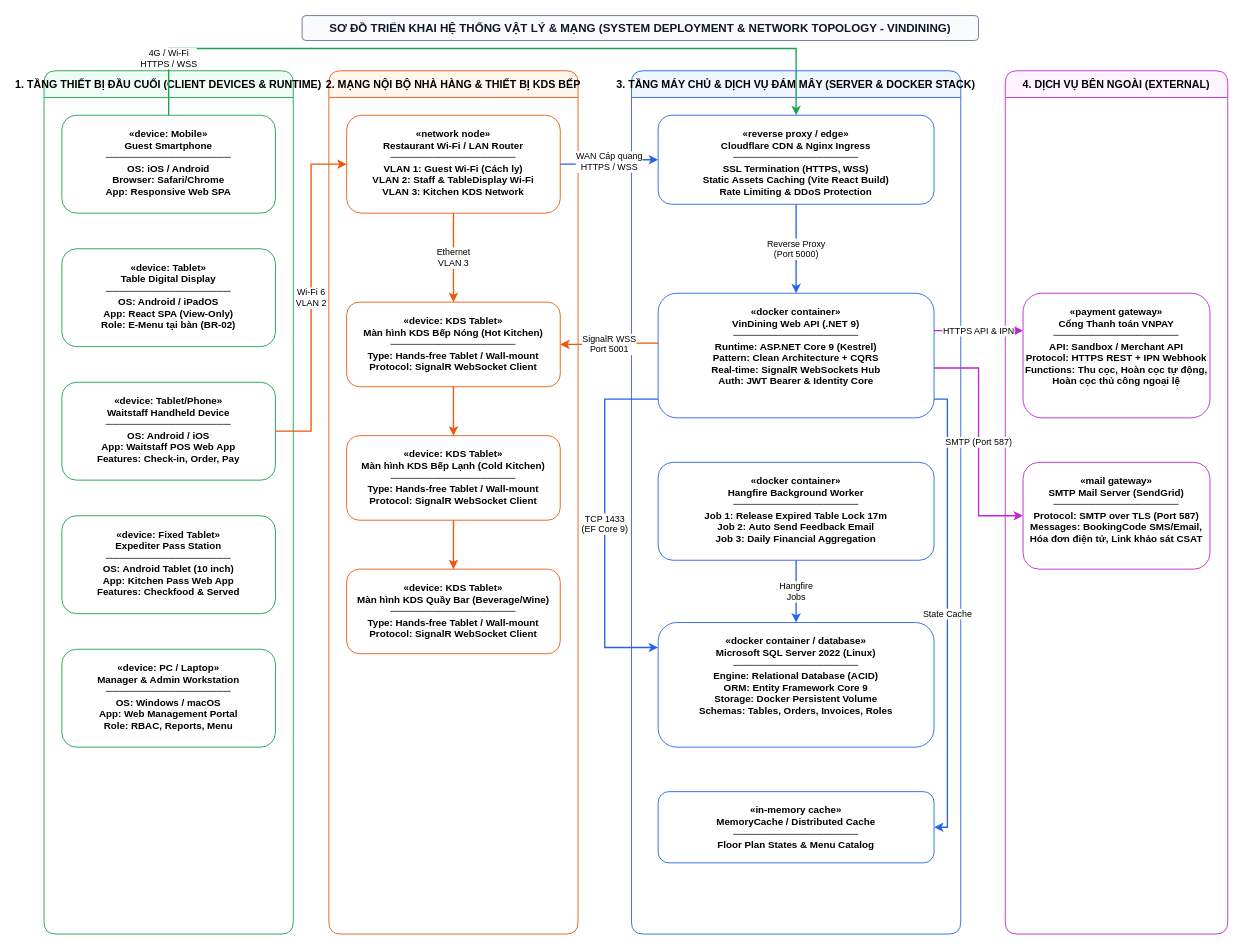
Above: docs/phase1/drawio/deployment_architecture.drawio in AndrewQng/VinDining (draw.io), before the change. Source tidied: cells renumbered, new cells numbered last; positions are measured from the earlier drawing's top-left corner, leaving out a move shared by most shapes. Both pictures are drawn from the tidied source at 89%, with x=0, y=0 at pixel (44, 15).
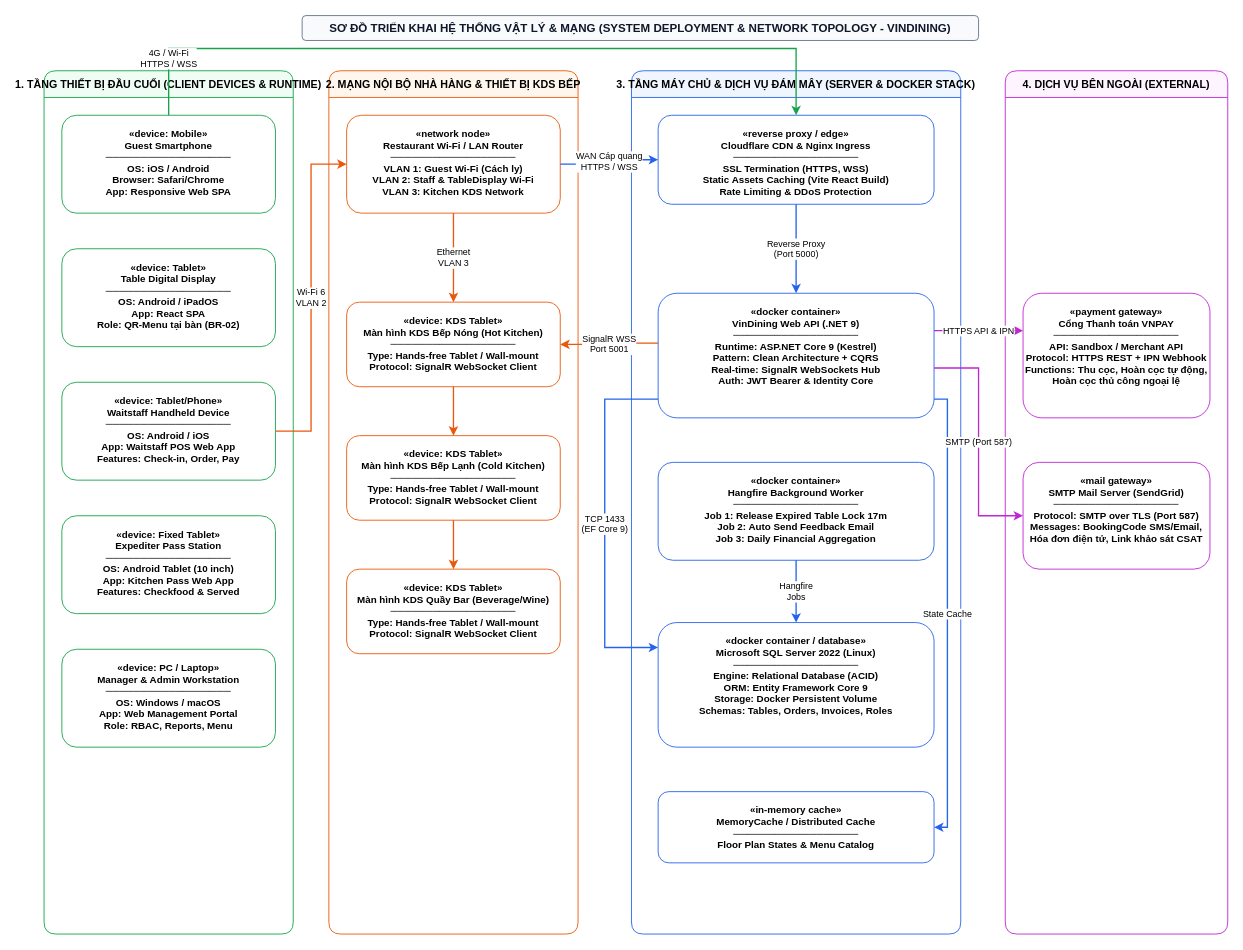
The same diagram, later.

Unchanged cells that the change refers to:
```xml
<mxCell id="3" value="1. TẦNG THIẾT BỊ ĐẦU CUỐI (CLIENT DEVICES &amp; RUNTIME)" style="swimlane;startSize=30;fillColor=#f0fdf4;strokeColor=#16a34a;fontStyle=1;rounded=1;fontSize=12;" parent="1" vertex="1">
  <mxGeometry y="62" width="280" height="970" as="geometry" />
</mxCell>
```

Change to the diagram source:
```diff
@@
-    <mxCell id="5" value="«device: Tablet»&#10;Table Digital Display&#10;──────────────────&#10;OS: Android / iPadOS&#10;App: React SPA (View-Only)&#10;Role: E-Menu tại bàn (BR-02)" style="verticalAlign=top;align=center;spacingTop=8;fillColor=#ffffff;strokeColor=#16a34a;rounded=1;fontStyle=1;fontSize=11;" parent="3" vertex="1">
+    <mxCell id="5" value="«device: Tablet»&#10;Table Digital Display&#10;──────────────────&#10;OS: Android / iPadOS&#10;App: React SPA&#10;Role: QR-Menu tại bàn (BR-02)" style="verticalAlign=top;align=center;spacingTop=8;fillColor=#ffffff;strokeColor=#16a34a;rounded=1;fontStyle=1;fontSize=11;" parent="3" vertex="1">
       <mxGeometry x="20" y="200" width="240" height="110" as="geometry" />
     </mxCell>
```
